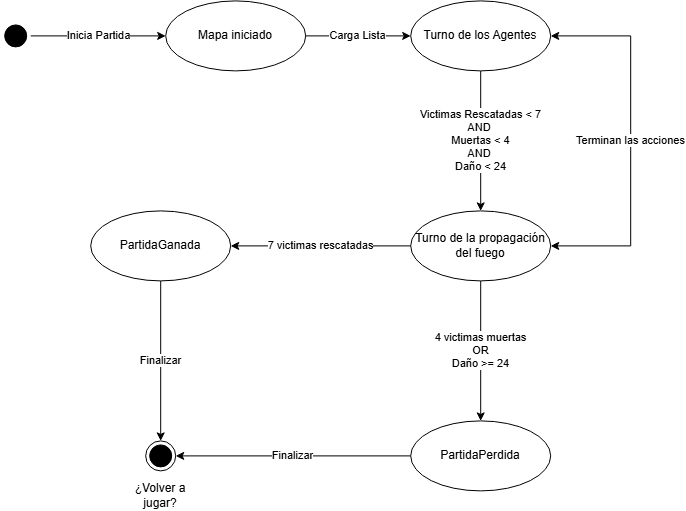
dvd8ddd/SimuladorFlashPoint keeps this draw.io diagram as Diagramas de Estado/DiagramaEstado_Juego.drawio.png. Above is the earlier version. Source tidied: cells renumbered, new cells last; positions are measured from the earlier drawing's top-left corner, leaving out a move shared by most shapes.
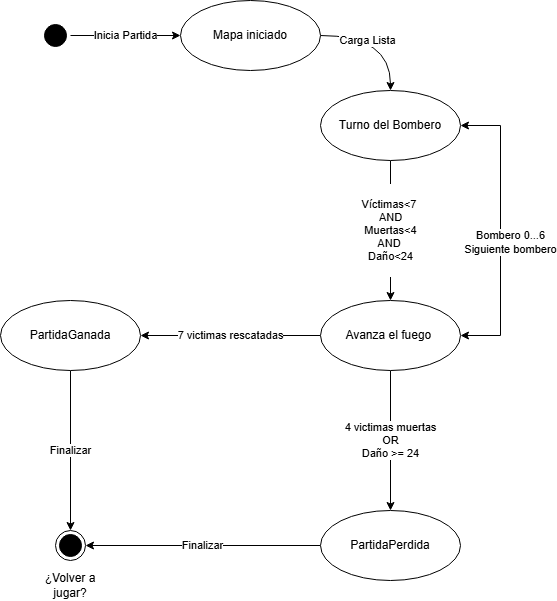
After the change.

Commit message:
Se cambio el diagrama de juego por que se subio uno desactualizado

Change to the diagram source:
```diff
@@ -5,37 +5,26 @@
     <mxCell id="2" value="Inicia Partida" style="edgeStyle=orthogonalEdgeStyle;rounded=0;jettySize=auto;html=1;exitX=1;exitY=0.5;exitDx=0;exitDy=0;entryX=0;entryY=0.5;entryDx=0;entryDy=0;" parent="1" edge="1" source="11" target="4">
       <mxGeometry relative="1" as="geometry" />
     </mxCell>
-    <mxCell id="3" value="Carga Lista" style="edgeStyle=orthogonalEdgeStyle;rounded=0;jettySize=auto;html=1;entryX=0;entryY=0.5;entryDx=0;entryDy=0;exitX=1;exitY=0.5;exitDx=0;exitDy=0;" parent="1" edge="1" source="4" target="6">
-      <mxGeometry relative="1" as="geometry" />
+    <mxCell id="3" value="Carga Lista" style="edgeStyle=orthogonalEdgeStyle;rounded=0;jettySize=auto;html=1;entryX=0.5;entryY=0;entryDx=0;entryDy=0;exitX=1;exitY=0.5;exitDx=0;exitDy=0;curved=1;" parent="1" edge="1" source="4" target="6">
+      <mxGeometry x="-0.25" y="-5" relative="1" as="geometry" />
     </mxCell>
     <mxCell id="4" value="Mapa iniciado" style="ellipse;whiteSpace=wrap;html=1;" parent="1" vertex="1">
-      <mxGeometry x="165" width="140" height="70" as="geometry" />
+      <mxGeometry x="270" y="-90" width="140" height="70" as="geometry" />
     </mxCell>
-    <mxCell id="5" value="Victimas Rescatadas &amp;lt; 7&lt;div&gt;AND&amp;nbsp;&lt;/div&gt;&lt;div&gt;Muertas &amp;lt; 4&lt;/div&gt;&lt;div&gt;AND&amp;nbsp;&lt;/div&gt;&lt;div&gt;Daño &amp;lt; 24&lt;/div&gt;" style="edgeStyle=orthogonalEdgeStyle;rounded=0;jettySize=auto;html=1;entryX=0.5;entryY=0;entryDx=0;entryDy=0;" parent="1" edge="1" source="6" target="10">
-      <mxGeometry relative="1" as="geometry" />
-    </mxCell>
+    <mxCell id="18" value="&lt;br&gt;Víctimas&amp;lt;7&amp;nbsp;&lt;div&gt;AND&lt;/div&gt;&lt;div&gt;&amp;nbsp;Muertas&amp;lt;4&amp;nbsp;&lt;/div&gt;&lt;div&gt;AND&amp;nbsp;&lt;/div&gt;&lt;div&gt;Daño&amp;lt;24&lt;br&gt;&lt;br&gt;&lt;/div&gt;" style="edgeStyle=orthogonalEdgeStyle;rounded=0;jettySize=auto;html=1;exitX=0.5;exitY=1;exitDx=0;exitDy=0;entryX=0.5;entryY=0;entryDx=0;entryDy=0;" parent="1" edge="1" source="6" target="20">
+      <mxGeometry relative="1" as="geometry" />
+    </mxCell>
-    <mxCell id="6" value="Turno de los Agentes" style="ellipse;whiteSpace=wrap;html=1;" parent="1" vertex="1">
+    <mxCell id="6" value="Turno del Bombero" style="ellipse;whiteSpace=wrap;html=1;" parent="1" vertex="1">
       <mxGeometry x="410" width="140" height="70" as="geometry" />
     </mxCell>
-    <mxCell id="7" value="Terminan las acciones" style="edgeStyle=orthogonalEdgeStyle;rounded=0;jettySize=auto;html=1;exitX=1;exitY=0.5;exitDx=0;exitDy=0;entryX=1;entryY=0.5;entryDx=0;entryDy=0;startArrow=classic;startFill=1;" parent="1" edge="1" source="10" target="6">
-      <mxGeometry relative="1" as="geometry">
-        <Array as="points">
-          <mxPoint x="630" y="245" />
-          <mxPoint x="630" y="35" />
-        </Array>
-      </mxGeometry>
-    </mxCell>
-    <mxCell id="8" value="7 victimas rescatadas" style="edgeStyle=orthogonalEdgeStyle;rounded=0;jettySize=auto;html=1;exitX=0;exitY=0.5;exitDx=0;exitDy=0;entryX=1;entryY=0.5;entryDx=0;entryDy=0;" parent="1" edge="1" source="10" target="13">
+    <mxCell id="8" value="7 victimas rescatadas" style="edgeStyle=orthogonalEdgeStyle;rounded=0;jettySize=auto;html=1;entryX=1;entryY=0.5;entryDx=0;entryDy=0;exitX=0;exitY=0.5;exitDx=0;exitDy=0;" parent="1" edge="1" source="20" target="13">
       <mxGeometry relative="1" as="geometry" />
     </mxCell>
-    <mxCell id="9" value="4 victimas muertas&lt;div&gt;OR&lt;/div&gt;&lt;div&gt;Daño &amp;gt;= 24&lt;/div&gt;" style="edgeStyle=orthogonalEdgeStyle;rounded=0;jettySize=auto;html=1;exitX=0.5;exitY=1;exitDx=0;exitDy=0;entryX=0.5;entryY=0;entryDx=0;entryDy=0;" parent="1" edge="1" source="10" target="15">
+    <mxCell id="9" value="4 victimas muertas&lt;div&gt;OR&lt;/div&gt;&lt;div&gt;Daño &amp;gt;= 24&lt;/div&gt;" style="edgeStyle=orthogonalEdgeStyle;rounded=0;jettySize=auto;html=1;entryX=0.5;entryY=0;entryDx=0;entryDy=0;exitX=0.5;exitY=1;exitDx=0;exitDy=0;" parent="1" edge="1" source="20" target="15">
       <mxGeometry relative="1" as="geometry" />
     </mxCell>
-    <mxCell id="10" value="Turno de la propagación del fuego" style="ellipse;whiteSpace=wrap;html=1;" parent="1" vertex="1">
-      <mxGeometry x="410" y="210" width="140" height="70" as="geometry" />
-    </mxCell>
     <mxCell id="11" style="ellipse;html=1;shape=startState;fillColor=#000000;" parent="1" vertex="1">
-      <mxGeometry y="20" width="30" height="30" as="geometry" />
+      <mxGeometry x="130" y="-70" width="30" height="30" as="geometry" />
     </mxCell>
     <mxCell id="12" value="Finalizar" style="edgeStyle=orthogonalEdgeStyle;rounded=0;jettySize=auto;html=1;exitX=0.5;exitY=1;exitDx=0;exitDy=0;entryX=0;entryY=0.5;entryDx=0;entryDy=0;" parent="1" edge="1" source="13" target="16">
       <mxGeometry relative="1" as="geometry" />
@@ -55,5 +44,16 @@
     <mxCell id="17" value="¿Volver a jugar?" style="text;html=1;whiteSpace=wrap;strokeColor=none;fillColor=none;align=center;verticalAlign=middle;rounded=0;" parent="1" vertex="1">
       <mxGeometry x="130" y="480" width="60" height="30" as="geometry" />
     </mxCell>
+    <mxCell id="19" value="&lt;div&gt;Bombero 0...6&lt;/div&gt;Siguiente bombero" style="edgeStyle=orthogonalEdgeStyle;rounded=0;jettySize=auto;html=1;exitX=1;exitY=0.5;exitDx=0;exitDy=0;entryX=1;entryY=0.5;entryDx=0;entryDy=0;startArrow=classic;startFill=1;" parent="1" edge="1" source="20" target="6">
+      <mxGeometry x="-0.08" y="-10" relative="1" as="geometry">
+        <Array as="points">
+          <mxPoint x="590" y="245" />
+          <mxPoint x="590" y="35" />
+        </Array>
+      </mxGeometry>
+    </mxCell>
+    <mxCell id="20" value="Avanza el fuego&amp;nbsp;" style="ellipse;whiteSpace=wrap;html=1;" parent="1" vertex="1">
+      <mxGeometry x="410" y="210" width="140" height="70" as="geometry" />
+    </mxCell>
   </root>
 </mxGraphModel>
```
